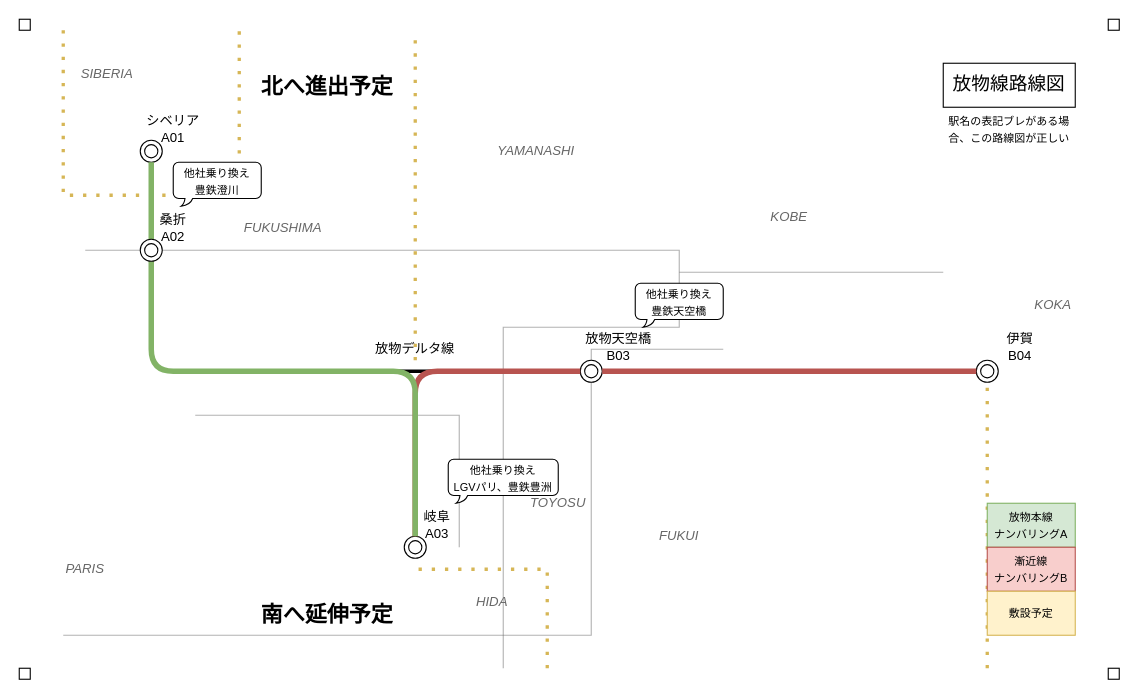
chainsawsteel1/drawio-files keeps this draw.io diagram as page "ページ1" (1 of 4) of バリン鯖放物線.drawio. Above is the earlier version. Source tidied: cells renumbered, new cells numbered last; positions are measured from the earlier drawing's top-left corner, leaving out a move shared by most shapes. Both pictures are drawn from the tidied source at 110%, with x=0, y=0 at pixel (19, 19).
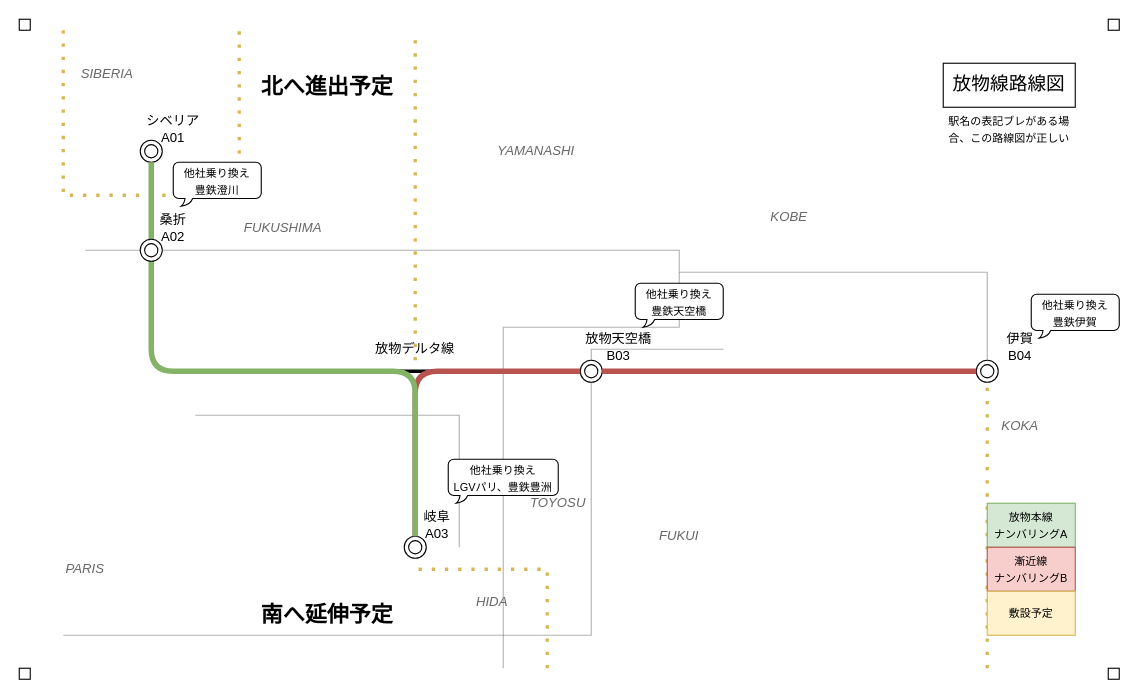
The same page after the edit.

Commit message:
バリン鯖放物線.drawio を更新します

The change refers to these unchanged cells:
```xml
<mxCell id="8" style="ellipse;shape=doubleEllipse;whiteSpace=wrap;html=1;" parent="1" vertex="1">
  <mxGeometry x="870" y="310" width="20" height="20" as="geometry" />
</mxCell>
```

Diff of the diagram source:
```diff
@@
-    <mxCell id="38" style="endArrow=none;html=1;strokeWidth=1;rounded=0;fillColor=#f5f5f5;strokeColor=#666666;opacity=50;" parent="1" edge="1">
+    <mxCell id="38" style="endArrow=none;html=1;strokeWidth=1;rounded=0;fillColor=#f5f5f5;strokeColor=#666666;opacity=50;" parent="1" edge="1" target="8">
       <mxGeometry relative="1" as="geometry">
         <mxPoint x="600" y="230" as="sourcePoint" />
-        <mxPoint x="840" y="230" as="targetPoint" />
+        <Array as="points">
+          <mxPoint x="880" y="230" />
+        </Array>
       </mxGeometry>
     </mxCell>
@@
     <mxCell id="46" value="&lt;font color=&quot;#666666&quot;&gt;&lt;i&gt;KOKA&lt;/i&gt;&lt;/font&gt;" style="text;html=1;align=center;verticalAlign=middle;whiteSpace=wrap;rounded=0;" parent="1" vertex="1">
-      <mxGeometry x="900" y="250" width="80" height="20" as="geometry" />
+      <mxGeometry x="870" y="360" width="80" height="20" as="geometry" />
     </mxCell>
@@
+    <mxCell id="49" value="&lt;div&gt;&lt;font size=&quot;1&quot;&gt;他社&lt;/font&gt;&lt;font size=&quot;1&quot;&gt;乗&lt;/font&gt;&lt;font size=&quot;1&quot;&gt;り換え&lt;/font&gt;&lt;/div&gt;&lt;div&gt;&lt;font size=&quot;1&quot;&gt;豊鉄伊賀&lt;/font&gt;&lt;/div&gt;" style="whiteSpace=wrap;html=1;shape=mxgraph.basic.roundRectCallout;dx=14.17;dy=7;size=5;boundedLbl=1;" parent="1" vertex="1">
+      <mxGeometry x="920" y="250" width="80" height="40" as="geometry" />
+    </mxCell>
```
